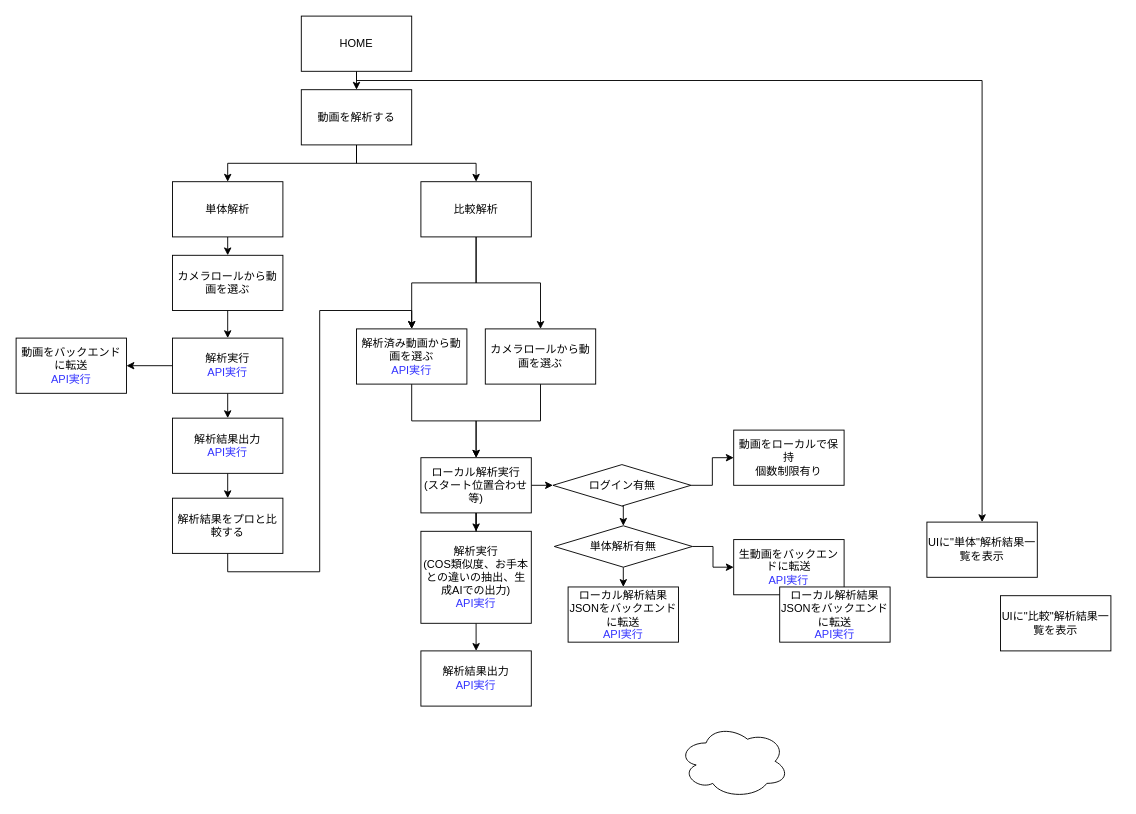
Earlier version of the draw.io diagram docs/動画解析フロー.drawio (gsc2000/pyuton-coach-assistant-app). Source tidied: cells renumbered, new cells numbered last; positions are measured from the earlier drawing's top-left corner, leaving out a move shared by most shapes. Both pictures are drawn from the tidied source at 92%, with x=0, y=0 at pixel (16, 16).
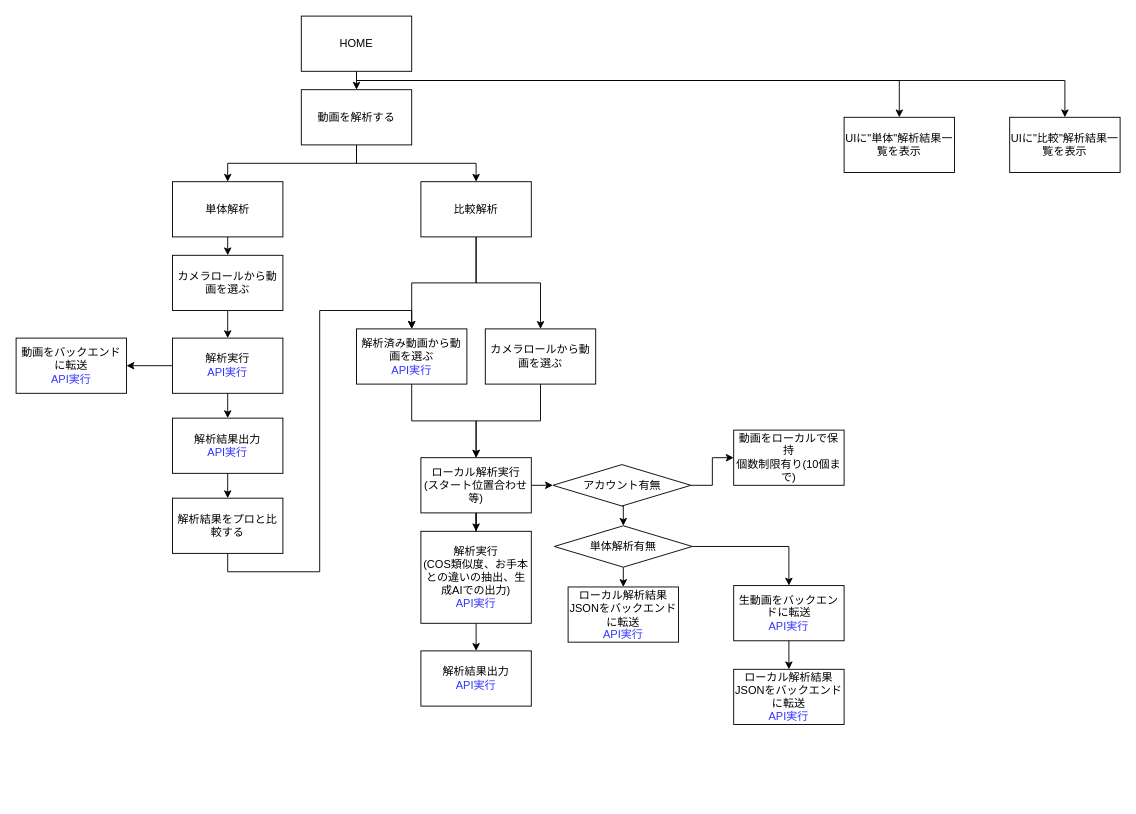
The same diagram, later.

Commit message (it also covers changes not shown here):
動画解析フロー修正。gitignore見直し。

The change refers to these unchanged cells:
```xml
<mxCell id="29" value="HOME" style="rounded=0;whiteSpace=wrap;html=1;" parent="1" vertex="1">
  <mxGeometry x="310" width="120" height="60" as="geometry" />
</mxCell>
<mxCell id="44" value="単体解析有無" style="rhombus;whiteSpace=wrap;html=1;" parent="1" vertex="1">
  <mxGeometry x="585" y="554" width="150" height="45" as="geometry" />
</mxCell>
```

Change to the diagram source:
```diff
@@
     <mxCell id="28" style="edgeStyle=orthogonalEdgeStyle;rounded=0;jettySize=auto;html=1;exitX=0.5;exitY=1;exitDx=0;exitDy=0;entryX=0.5;entryY=0;entryDx=0;entryDy=0;" parent="1" edge="1" source="29" target="31">
       <mxGeometry relative="1" as="geometry">
         <Array as="points">
           <mxPoint x="370" y="70" />
-          <mxPoint x="1050" y="70" />
+          <mxPoint x="960" y="70" />
         </Array>
       </mxGeometry>
     </mxCell>
+    <mxCell id="46" style="edgeStyle=orthogonalEdgeStyle;rounded=0;jettySize=auto;html=1;exitX=0.5;exitY=1;exitDx=0;exitDy=0;entryX=0.5;entryY=0;entryDx=0;entryDy=0;" parent="1" edge="1" source="29" target="32">
+      <mxGeometry relative="1" as="geometry">
+        <Array as="points">
+          <mxPoint x="370" y="70" />
+          <mxPoint x="1140" y="70" />
+        </Array>
+      </mxGeometry>
+    </mxCell>
@@
-    <mxCell id="31" value="UIに&quot;単体&quot;解析結果一覧を表示" style="rounded=0;whiteSpace=wrap;html=1;" parent="1" vertex="1">
-      <mxGeometry x="990" y="550" width="120" height="60" as="geometry" />
-    </mxCell>
     <mxCell id="32" value="UIに&quot;比較&quot;解析結果一覧を表示" style="rounded=0;whiteSpace=wrap;html=1;" parent="1" vertex="1">
-      <mxGeometry x="1070" y="630" width="120" height="60" as="geometry" />
+      <mxGeometry x="1080" y="110" width="120" height="60" as="geometry" />
     </mxCell>
-    <mxCell id="33" style="ellipse;shape=cloud;whiteSpace=wrap;html=1;" parent="1" vertex="1">
-      <mxGeometry x="720" y="770" width="120" height="80" as="geometry" />
-    </mxCell>
@@
+    <mxCell id="47" style="edgeStyle=orthogonalEdgeStyle;rounded=0;jettySize=auto;html=1;exitX=0.5;exitY=1;exitDx=0;exitDy=0;entryX=0.5;entryY=0;entryDx=0;entryDy=0;" parent="1" edge="1" source="36" target="41">
+      <mxGeometry relative="1" as="geometry" />
+    </mxCell>
     <mxCell id="36" value="生動画をバックエンドに転送&lt;br&gt;&lt;span style=&quot;color: rgb(51 , 51 , 255)&quot;&gt;API実行&lt;/span&gt;" style="rounded=0;whiteSpace=wrap;html=1;" parent="1" vertex="1">
-      <mxGeometry x="780" y="569" width="120" height="60" as="geometry" />
+      <mxGeometry x="780" y="619" width="120" height="60" as="geometry" />
     </mxCell>
@@
-    <mxCell id="39" value="ログイン有無" style="rhombus;whiteSpace=wrap;html=1;" parent="1" vertex="1">
+    <mxCell id="39" value="アカウント有無" style="rhombus;whiteSpace=wrap;html=1;" parent="1" vertex="1">
       <mxGeometry x="583.5" y="487.5" width="150" height="45" as="geometry" />
     </mxCell>
-    <mxCell id="40" value="動画をローカルで保持&lt;br&gt;個数制限有り" style="rounded=0;whiteSpace=wrap;html=1;" parent="1" vertex="1">
+    <mxCell id="40" value="動画をローカルで保持&lt;br&gt;個数制限有り(10個まで)" style="rounded=0;whiteSpace=wrap;html=1;" parent="1" vertex="1">
       <mxGeometry x="780" y="450" width="120" height="60" as="geometry" />
     </mxCell>
     <mxCell id="41" value="ローカル解析結果JSONをバックエンドに転送&lt;br&gt;&lt;span style=&quot;color: rgb(51 , 51 , 255)&quot;&gt;API実行&lt;/span&gt;" style="rounded=0;whiteSpace=wrap;html=1;" parent="1" vertex="1">
-      <mxGeometry x="830" y="620.5" width="120" height="60" as="geometry" />
+      <mxGeometry x="780" y="710" width="120" height="60" as="geometry" />
     </mxCell>
@@
-    <mxCell id="43" style="edgeStyle=orthogonalEdgeStyle;rounded=0;jettySize=auto;html=1;exitX=1;exitY=0.5;exitDx=0;exitDy=0;entryX=0;entryY=0.5;entryDx=0;entryDy=0;" parent="1" edge="1" source="44" target="36">
+    <mxCell id="43" style="edgeStyle=orthogonalEdgeStyle;rounded=0;jettySize=auto;html=1;exitX=1;exitY=0.5;exitDx=0;exitDy=0;entryX=0.5;entryY=0;entryDx=0;entryDy=0;" parent="1" edge="1" source="44" target="36">
       <mxGeometry relative="1" as="geometry" />
     </mxCell>
@@
+    <mxCell id="31" value="UIに&quot;単体&quot;解析結果一覧を表示" style="rounded=0;whiteSpace=wrap;html=1;" parent="1" vertex="1">
+      <mxGeometry x="900" y="110" width="120" height="60" as="geometry" />
+    </mxCell>
```
